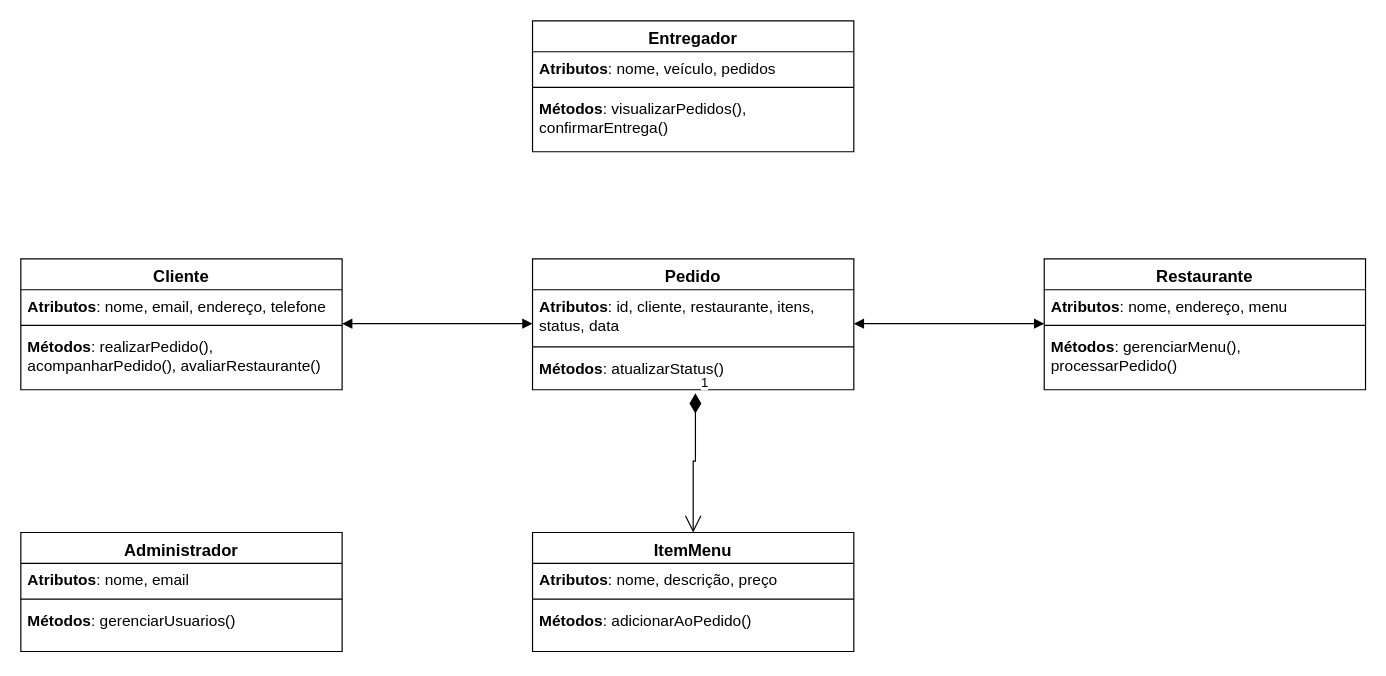
Earlier version of the draw.io diagram Diagrama de Classes (UML).drawio (lrlacerda/Logica-de-Programacao-Pratica). Source tidied: cells renumbered, new cells numbered last; positions are measured from the earlier drawing's top-left corner, leaving out a move shared by most shapes. Both pictures are drawn from the tidied source at 119%, with x=0, y=0 at pixel (20, 20).
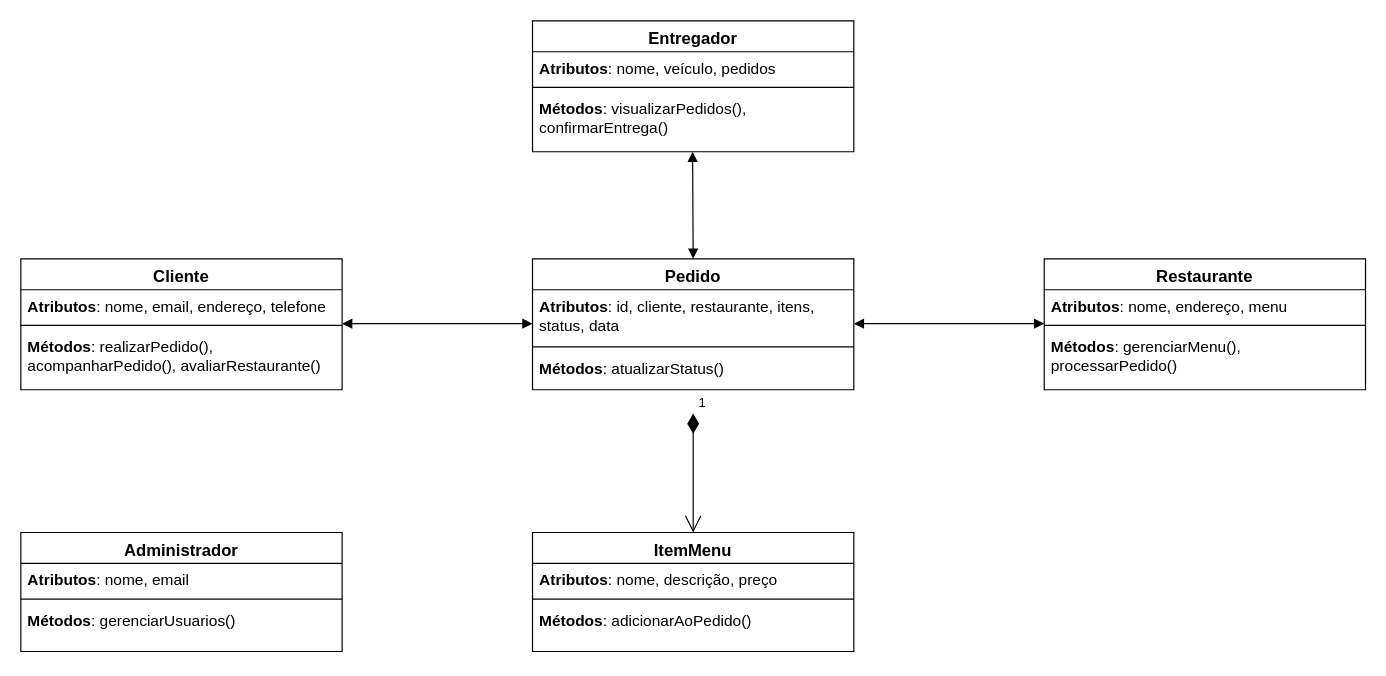
The same page after the edit.

The change refers to these unchanged cells:
```xml
<mxCell id="6" value="&lt;font style=&quot;font-size: 14px;&quot;&gt;Pedido&lt;/font&gt;" style="swimlane;fontStyle=1;align=center;verticalAlign=top;horizontal=1;startSize=26;whiteSpace=wrap;html=1;" parent="1" vertex="1">
  <mxGeometry x="430" y="200" width="270" height="110" as="geometry" />
</mxCell>
<mxCell id="9" value="&lt;font style=&quot;font-size: 13px;&quot;&gt;&lt;strong&gt;Métodos&lt;/strong&gt;: atualizarStatus()&lt;/font&gt;" style="text;strokeColor=none;fillColor=none;align=left;verticalAlign=top;spacingLeft=4;spacingRight=4;overflow=hidden;points=[[0,0.5],[1,0.5]];portConstraint=eastwest;whiteSpace=wrap;html=1;" parent="6" vertex="1">
  <mxGeometry y="78" width="270" height="32" as="geometry" />
</mxCell>
<mxCell id="22" value="&lt;font style=&quot;font-size: 14px;&quot;&gt;ItemMenu&lt;/font&gt;" style="swimlane;fontStyle=1;align=center;verticalAlign=top;horizontal=1;startSize=26;whiteSpace=wrap;html=1;" parent="1" vertex="1">
  <mxGeometry x="430" y="430" width="270" height="100" as="geometry" />
</mxCell>
```

Diff of the diagram source:
```diff
@@
-    <mxCell id="28" value="1" style="endArrow=open;html=1;endSize=12;startArrow=diamondThin;startSize=14;startFill=1;edgeStyle=orthogonalEdgeStyle;align=left;verticalAlign=bottom;rounded=0;entryX=0.5;entryY=0;entryDx=0;entryDy=0;exitX=0.507;exitY=1.094;exitDx=0;exitDy=0;exitPerimeter=0;" parent="1" edge="1" source="9" target="22">
+    <mxCell id="28" value="1" style="endArrow=open;html=1;endSize=12;startArrow=diamondThin;startSize=14;startFill=1;edgeStyle=orthogonalEdgeStyle;align=left;verticalAlign=bottom;rounded=0;entryX=0.5;entryY=0;entryDx=0;entryDy=0;" parent="1" edge="1" target="22">
       <mxGeometry x="-1" y="3" relative="1" as="geometry">
+        <mxPoint x="565" y="330" as="sourcePoint" />
         <Array as="points">
-          <mxPoint x="567" y="370" />
-          <mxPoint x="565" y="370" />
+          <mxPoint x="565" y="360" />
+          <mxPoint x="565" y="360" />
         </Array>
       </mxGeometry>
     </mxCell>
+    <mxCell id="29" style="endArrow=block;startArrow=block;endFill=1;startFill=1;html=1;rounded=0;exitX=0.426;exitY=1.02;exitDx=0;exitDy=0;exitPerimeter=0;entryX=0.5;entryY=0;entryDx=0;entryDy=0;" parent="1" edge="1" target="6">
+      <mxGeometry relative="1" as="geometry">
+        <mxPoint x="564.5" y="110" as="sourcePoint" />
+      </mxGeometry>
+    </mxCell>
```
